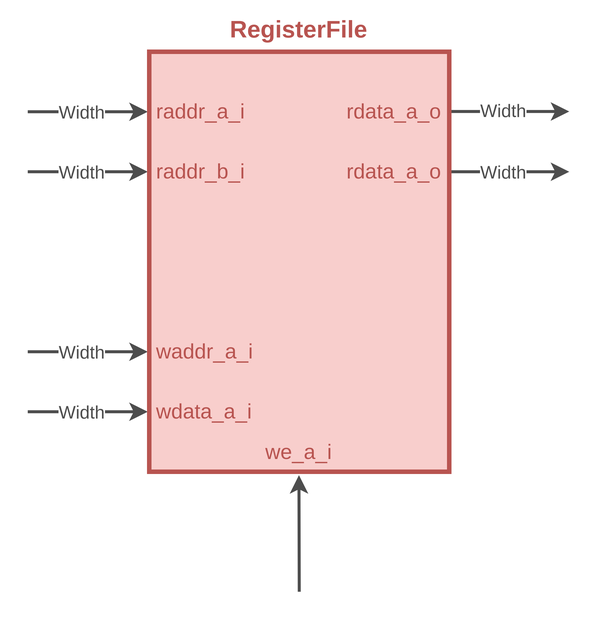
Dark-GreenCat/xmint keeps this draw.io diagram as xmint/design/RegisterFile.png. Above is the earlier version. Source tidied: cells renumbered, new cells last; positions are measured from the earlier drawing's top-left corner, leaving out a move shared by most shapes.
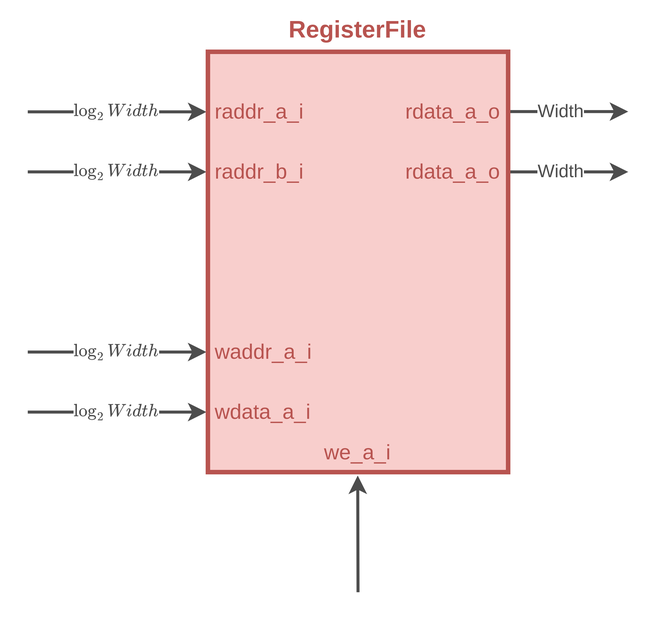
After the commit.

Commit message:
[MODIFY] Correct the bit-width of RegisterFile input

Change to the diagram source:
```diff
@@ -1,47 +1,50 @@
-<mxGraphModel background="#ffffff">
+<mxGraphModel background="#ffffff" math="1">
   <root>
     <mxCell id="0" />
     <mxCell id="1" parent="0" />
     <mxCell id="2" style="endArrow=classic;html=1;strokeWidth=2;strokeColor=#4D4D4D;" parent="1" edge="1">
       <mxGeometry relative="1" as="geometry">
-        <mxPoint y="60" as="sourcePoint" />
+        <mxPoint x="-39" y="60" as="sourcePoint" />
         <mxPoint x="80" y="60" as="targetPoint" />
       </mxGeometry>
     </mxCell>
-    <mxCell id="3" value="Width" style="edgeLabel;html=1;align=center;verticalAlign=middle;fontSize=12;fontColor=#4D4D4D;" parent="2" vertex="1">
+    <mxCell id="3" value="$$\log_2{Width}$$" style="edgeLabel;html=1;align=center;verticalAlign=middle;fontSize=10;fontColor=#4D4D4D;" parent="2" vertex="1">
       <mxGeometry x="0.21" y="1" relative="1" as="geometry">
         <mxPoint x="-13" y="1" as="offset" />
       </mxGeometry>
     </mxCell>
     <mxCell id="4" style="endArrow=classic;html=1;entryX=0;entryY=0;entryDx=0;entryDy=140;entryPerimeter=0;strokeWidth=2;strokeColor=#4D4D4D;" parent="1" edge="1">
       <mxGeometry relative="1" as="geometry">
-        <mxPoint y="100" as="sourcePoint" />
+        <mxPoint x="-39" y="100" as="sourcePoint" />
         <mxPoint x="80" y="100" as="targetPoint" />
+        <Array as="points">
+          <mxPoint x="21" y="100" />
+        </Array>
       </mxGeometry>
     </mxCell>
-    <mxCell id="5" value="Width" style="edgeLabel;html=1;align=center;verticalAlign=middle;fontSize=12;fontColor=#4D4D4D;" parent="4" vertex="1">
+    <mxCell id="5" value="$$\log_2{Width}$$" style="edgeLabel;html=1;align=center;verticalAlign=middle;fontSize=10;fontColor=#4D4D4D;fontFamily=Helvetica;" parent="4" vertex="1">
       <mxGeometry x="0.21" y="1" relative="1" as="geometry">
         <mxPoint x="-13" y="1" as="offset" />
       </mxGeometry>
     </mxCell>
     <mxCell id="6" style="endArrow=classic;html=1;entryX=0;entryY=0;entryDx=0;entryDy=140;entryPerimeter=0;strokeWidth=2;strokeColor=#4D4D4D;" parent="1" edge="1">
       <mxGeometry relative="1" as="geometry">
-        <mxPoint y="260" as="sourcePoint" />
+        <mxPoint x="-39" y="260" as="sourcePoint" />
         <mxPoint x="80" y="260" as="targetPoint" />
       </mxGeometry>
     </mxCell>
-    <mxCell id="7" value="Width" style="edgeLabel;html=1;align=center;verticalAlign=middle;fontSize=12;fontColor=#4D4D4D;" parent="6" vertex="1">
+    <mxCell id="7" value="$$\log_2{Width}$$" style="edgeLabel;html=1;align=center;verticalAlign=middle;fontSize=10;fontColor=#4D4D4D;" parent="6" vertex="1">
       <mxGeometry x="0.21" y="1" relative="1" as="geometry">
         <mxPoint x="-13" y="1" as="offset" />
       </mxGeometry>
     </mxCell>
     <mxCell id="8" style="endArrow=classic;html=1;entryX=0;entryY=0;entryDx=0;entryDy=140;entryPerimeter=0;strokeWidth=2;strokeColor=#4D4D4D;" parent="1" edge="1">
       <mxGeometry relative="1" as="geometry">
-        <mxPoint y="220" as="sourcePoint" />
+        <mxPoint x="-39" y="220" as="sourcePoint" />
         <mxPoint x="80" y="220" as="targetPoint" />
       </mxGeometry>
     </mxCell>
-    <mxCell id="9" value="Width" style="edgeLabel;html=1;align=center;verticalAlign=middle;fontSize=12;fontColor=#4D4D4D;" parent="8" vertex="1">
+    <mxCell id="9" value="$$\log_2{Width}$$" style="edgeLabel;html=1;align=center;verticalAlign=middle;fontSize=10;fontColor=#4D4D4D;" parent="8" vertex="1">
       <mxGeometry x="0.21" y="1" relative="1" as="geometry">
         <mxPoint x="-13" y="1" as="offset" />
       </mxGeometry>
```
